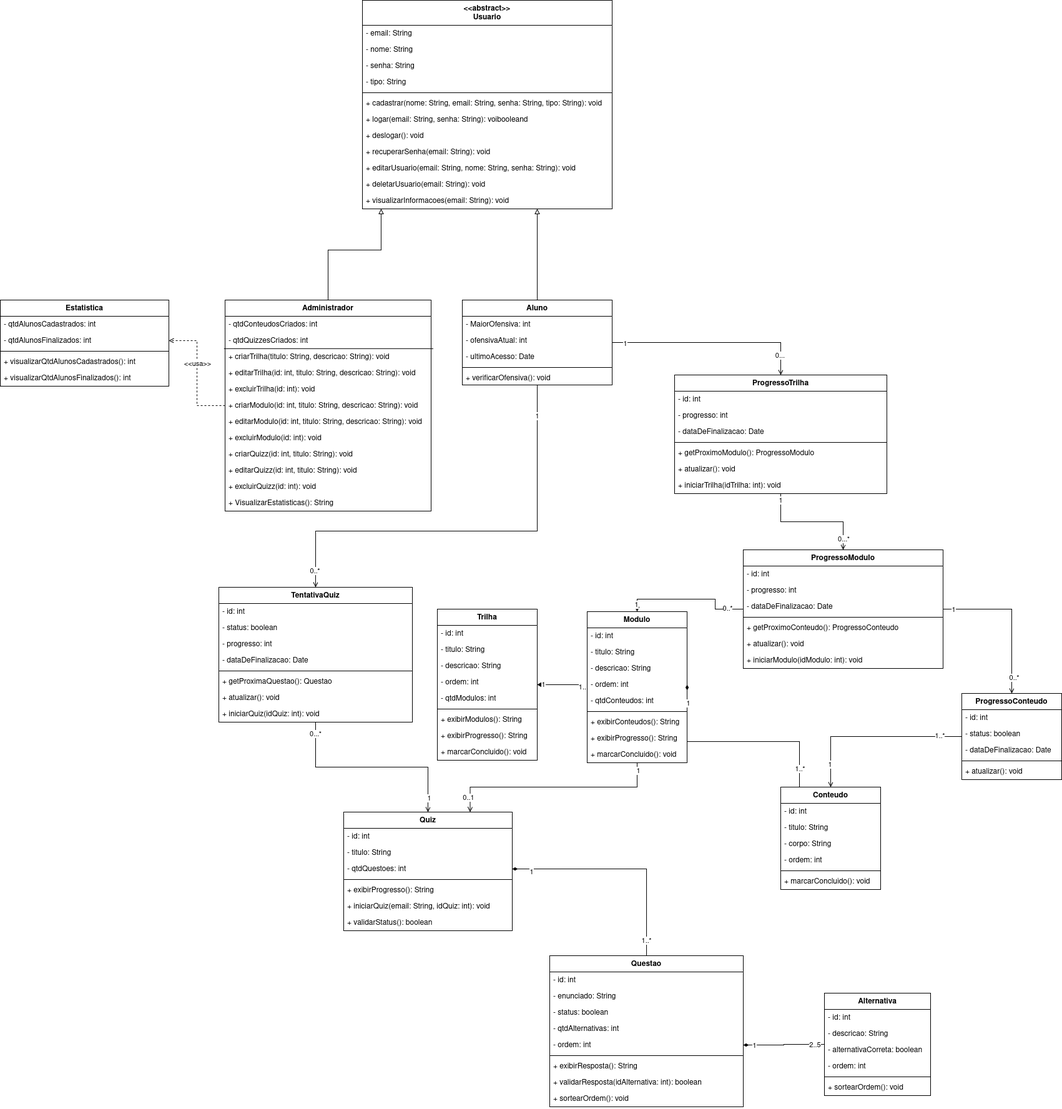
Earlier version of the draw.io export docs/images/diagramaDeClasses.png (UnBArqDsw2026-1-Turma01/2026.1-T01-_G2_ConhecendoRequisitos_Entrega_02). Source tidied: cells renumbered, new cells last; positions are measured from the earlier drawing's top-left corner, leaving out a move shared by most shapes.
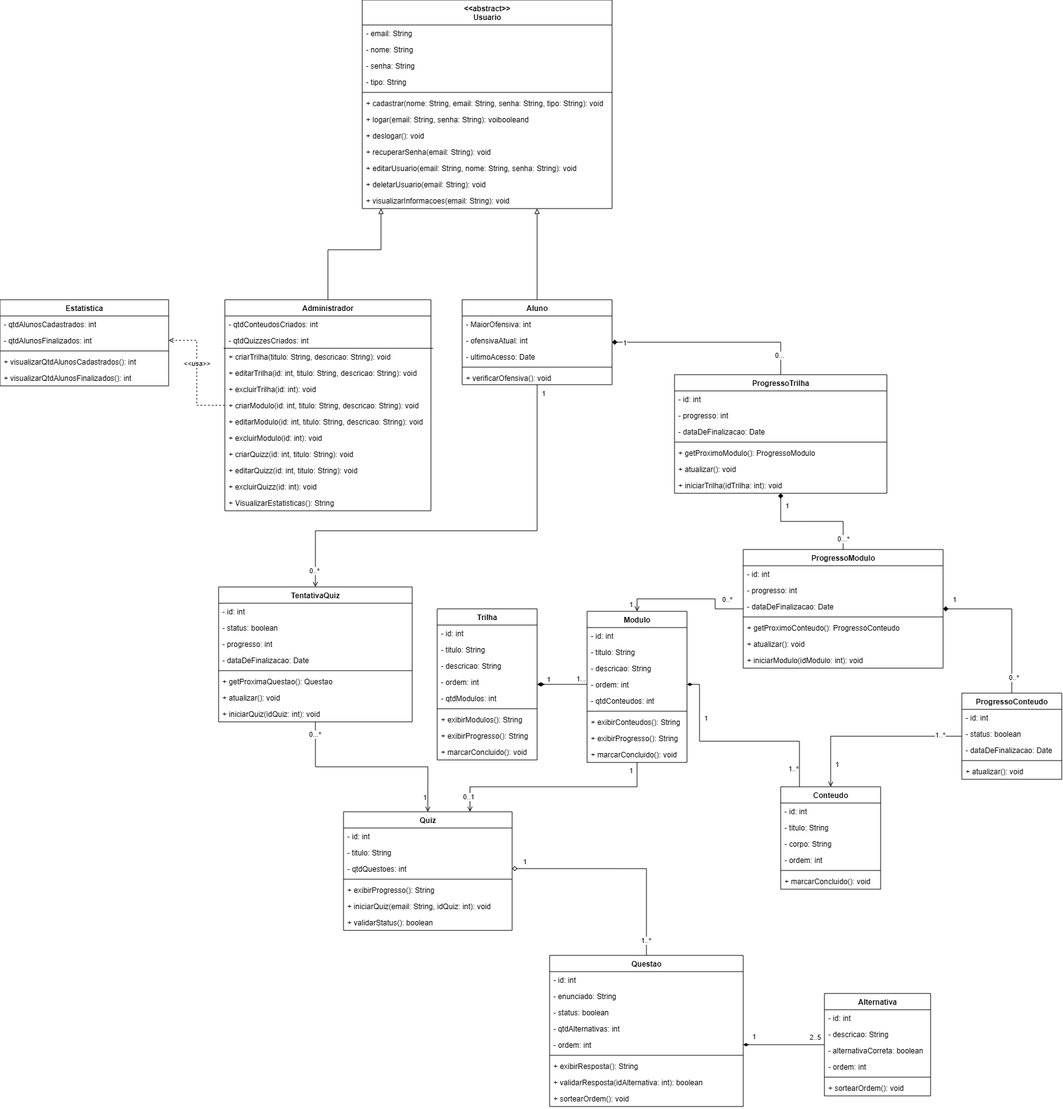
The same file after the commit.

Commit message:
docs: adicao do diagrama de classes corrigido

The edit, as a diff of the source:
```diff
@@ -2,7 +2,7 @@
   <root>
     <mxCell id="0" />
     <mxCell id="1" parent="0" />
-    <mxCell id="2" style="edgeStyle=orthogonalEdgeStyle;rounded=0;jettySize=auto;html=1;entryX=0.5;entryY=0;entryDx=0;entryDy=0;endArrow=open;endFill=0;" parent="1" edge="1" source="8" target="111">
+    <mxCell id="2" style="edgeStyle=orthogonalEdgeStyle;rounded=0;jettySize=auto;html=1;entryX=0.5;entryY=0;entryDx=0;entryDy=0;endArrow=none;endFill=0;startArrow=diamond;startFill=1;" parent="1" edge="1" source="8" target="111">
       <mxGeometry relative="1" as="geometry" />
     </mxCell>
     <mxCell id="3" value="1" style="edgeLabel;html=1;align=center;verticalAlign=middle;" parent="2" vertex="1">
@@ -21,7 +21,7 @@
     </mxCell>
     <mxCell id="6" value="1" style="edgeLabel;html=1;align=center;verticalAlign=middle;" parent="5" vertex="1">
       <mxGeometry x="-0.86" relative="1" as="geometry">
-        <mxPoint x="-1" as="offset" />
+        <mxPoint x="10" y="-35" as="offset" />
       </mxGeometry>
     </mxCell>
     <mxCell id="7" value="0..*" style="edgeLabel;html=1;align=center;verticalAlign=middle;" parent="5" vertex="1">
@@ -154,10 +154,14 @@
       <mxGeometry relative="1" as="geometry" />
     </mxCell>
     <mxCell id="46" value="1" style="edgeLabel;html=1;align=center;verticalAlign=middle;" parent="45" vertex="1">
-      <mxGeometry x="-0.76" y="1" relative="1" as="geometry" />
+      <mxGeometry x="-0.76" y="1" relative="1" as="geometry">
+        <mxPoint x="8" y="-7" as="offset" />
+      </mxGeometry>
     </mxCell>
     <mxCell id="47" value="1..." style="edgeLabel;html=1;align=center;verticalAlign=middle;" parent="45" vertex="1">
-      <mxGeometry x="0.85" y="-3" relative="1" as="geometry" />
+      <mxGeometry x="0.85" y="-3" relative="1" as="geometry">
+        <mxPoint x="-4" y="-12" as="offset" />
+      </mxGeometry>
     </mxCell>
     <mxCell id="48" value="Trilha" style="swimlane;fontStyle=1;align=center;verticalAlign=top;horizontal=1;startSize=26;whiteSpace=wrap;html=1;" parent="1" vertex="1">
       <mxGeometry x="700" y="975" width="160" height="242" as="geometry" />
@@ -213,12 +217,12 @@
     <mxCell id="65" value="+ validarStatus(): boolean" style="text;strokeColor=none;fillColor=none;align=left;verticalAlign=top;spacingLeft=4;spacingRight=4;overflow=hidden;whiteSpace=wrap;html=1;" parent="58" vertex="1">
       <mxGeometry y="164" width="270" height="26" as="geometry" />
     </mxCell>
-    <mxCell id="66" style="edgeStyle=orthogonalEdgeStyle;rounded=0;jettySize=auto;html=1;entryX=1;entryY=0.5;entryDx=0;entryDy=0;endArrow=diamondThin;endFill=1;" parent="1" edge="1" source="69" target="61">
+    <mxCell id="66" style="edgeStyle=orthogonalEdgeStyle;rounded=0;jettySize=auto;html=1;entryX=1;entryY=0.5;entryDx=0;entryDy=0;endArrow=diamond;endFill=0;" parent="1" edge="1" source="69" target="61">
       <mxGeometry relative="1" as="geometry" />
     </mxCell>
     <mxCell id="67" value="1" style="edgeLabel;html=1;align=center;verticalAlign=middle;" parent="66" vertex="1">
       <mxGeometry x="0.83" y="4" relative="1" as="geometry">
-        <mxPoint x="1" as="offset" />
+        <mxPoint x="-10" y="-15" as="offset" />
       </mxGeometry>
     </mxCell>
     <mxCell id="68" value="1..*" style="edgeLabel;html=1;align=center;verticalAlign=middle;" parent="66" vertex="1">
@@ -260,13 +264,17 @@
       <mxGeometry relative="1" as="geometry" />
     </mxCell>
     <mxCell id="80" value="1" style="edgeLabel;html=1;align=center;verticalAlign=middle;" parent="79" vertex="1">
-      <mxGeometry x="0.74" relative="1" as="geometry" />
+      <mxGeometry x="0.74" relative="1" as="geometry">
+        <mxPoint y="-13" as="offset" />
+      </mxGeometry>
     </mxCell>
     <mxCell id="81" value="2..5" style="edgeLabel;html=1;align=center;verticalAlign=middle;" parent="79" vertex="1">
-      <mxGeometry x="-0.76" relative="1" as="geometry" />
+      <mxGeometry x="-0.76" relative="1" as="geometry">
+        <mxPoint y="-12" as="offset" />
+      </mxGeometry>
     </mxCell>
     <mxCell id="82" value="Alternativa" style="swimlane;fontStyle=1;align=center;verticalAlign=top;horizontal=1;startSize=26;whiteSpace=wrap;html=1;" parent="1" vertex="1">
-      <mxGeometry x="1320" y="1590" width="170" height="164" as="geometry" />
+      <mxGeometry x="1320" y="1591" width="170" height="164" as="geometry" />
     </mxCell>
     <mxCell id="83" value="&lt;div&gt;- id: int&lt;/div&gt;" style="text;strokeColor=none;fillColor=none;align=left;verticalAlign=top;spacingLeft=4;spacingRight=4;overflow=hidden;whiteSpace=wrap;html=1;" parent="82" vertex="1">
       <mxGeometry y="26" width="170" height="26" as="geometry" />
@@ -313,7 +321,9 @@
       </mxGeometry>
     </mxCell>
     <mxCell id="96" value="1" style="edgeLabel;html=1;align=center;verticalAlign=middle;" parent="95" vertex="1">
-      <mxGeometry x="-0.93" y="1" relative="1" as="geometry" />
+      <mxGeometry x="-0.93" y="1" relative="1" as="geometry">
+        <mxPoint x="-11" as="offset" />
+      </mxGeometry>
     </mxCell>
     <mxCell id="97" value="0..1" style="edgeLabel;html=1;align=center;verticalAlign=middle;" parent="95" vertex="1">
       <mxGeometry x="0.86" y="-3" relative="1" as="geometry" />
@@ -348,11 +358,13 @@
     <mxCell id="107" value="+ marcarConcluido(): void" style="text;strokeColor=none;fillColor=none;align=left;verticalAlign=top;spacingLeft=4;spacingRight=4;overflow=hidden;whiteSpace=wrap;html=1;" parent="98" vertex="1">
       <mxGeometry y="216" width="160" height="26" as="geometry" />
     </mxCell>
-    <mxCell id="108" style="edgeStyle=orthogonalEdgeStyle;rounded=0;jettySize=auto;html=1;entryX=0.5;entryY=0;entryDx=0;entryDy=0;endArrow=open;endFill=0;" parent="1" edge="1" source="111" target="135">
+    <mxCell id="108" style="edgeStyle=orthogonalEdgeStyle;rounded=0;jettySize=auto;html=1;entryX=0.5;entryY=0;entryDx=0;entryDy=0;endArrow=none;endFill=0;startArrow=diamond;startFill=1;" parent="1" edge="1" source="111" target="135">
       <mxGeometry relative="1" as="geometry" />
     </mxCell>
     <mxCell id="109" value="1" style="edgeLabel;html=1;align=center;verticalAlign=middle;" parent="108" vertex="1">
-      <mxGeometry x="-0.89" y="-1" relative="1" as="geometry" />
+      <mxGeometry x="-0.89" y="-1" relative="1" as="geometry">
+        <mxPoint x="11" y="9" as="offset" />
+      </mxGeometry>
     </mxCell>
     <mxCell id="110" value="0...*" style="edgeLabel;html=1;align=center;verticalAlign=middle;" parent="108" vertex="1">
       <mxGeometry x="0.82" relative="1" as="geometry" />
@@ -385,14 +397,20 @@
       <mxGeometry relative="1" as="geometry">
         <Array as="points">
           <mxPoint x="1280" y="1187" />
+          <mxPoint x="1120" y="1187" />
+          <mxPoint x="1120" y="1096" />
         </Array>
       </mxGeometry>
     </mxCell>
     <mxCell id="120" value="1..*" style="edgeLabel;html=1;align=center;verticalAlign=middle;" parent="119" vertex="1">
-      <mxGeometry x="-0.83" relative="1" as="geometry" />
+      <mxGeometry x="-0.83" relative="1" as="geometry">
+        <mxPoint x="-10" as="offset" />
+      </mxGeometry>
     </mxCell>
     <mxCell id="121" value="1" style="edgeLabel;html=1;align=center;verticalAlign=middle;" parent="119" vertex="1">
-      <mxGeometry x="0.83" y="-1" relative="1" as="geometry" />
+      <mxGeometry x="0.83" y="-1" relative="1" as="geometry">
+        <mxPoint x="9" y="44" as="offset" />
+      </mxGeometry>
     </mxCell>
     <mxCell id="122" value="Conteudo" style="swimlane;fontStyle=1;align=center;verticalAlign=top;horizontal=1;startSize=26;whiteSpace=wrap;html=1;" parent="1" vertex="1">
       <mxGeometry x="1250" y="1260" width="160" height="164" as="geometry" />
@@ -419,16 +437,22 @@
       <mxGeometry relative="1" as="geometry" />
     </mxCell>
     <mxCell id="130" value="0..*" style="edgeLabel;html=1;align=center;verticalAlign=middle;" parent="129" vertex="1">
-      <mxGeometry x="-0.75" y="-2" relative="1" as="geometry" />
+      <mxGeometry x="-0.75" y="-2" relative="1" as="geometry">
+        <mxPoint y="-13" as="offset" />
+      </mxGeometry>
     </mxCell>
     <mxCell id="131" value="1" style="edgeLabel;html=1;align=center;verticalAlign=middle;" parent="129" vertex="1">
-      <mxGeometry x="0.9" y="-2" relative="1" as="geometry" />
+      <mxGeometry x="0.9" y="-2" relative="1" as="geometry">
+        <mxPoint x="-8" as="offset" />
+      </mxGeometry>
     </mxCell>
-    <mxCell id="132" style="edgeStyle=orthogonalEdgeStyle;rounded=0;jettySize=auto;html=1;entryX=0.5;entryY=0;entryDx=0;entryDy=0;endArrow=open;endFill=0;" parent="1" edge="1" source="135" target="146">
+    <mxCell id="132" style="edgeStyle=orthogonalEdgeStyle;rounded=0;jettySize=auto;html=1;entryX=0.5;entryY=0;entryDx=0;entryDy=0;endArrow=none;endFill=0;startArrow=diamond;startFill=1;" parent="1" edge="1" source="135" target="146">
       <mxGeometry relative="1" as="geometry" />
     </mxCell>
     <mxCell id="133" value="1" style="edgeLabel;html=1;align=center;verticalAlign=middle;" parent="132" vertex="1">
-      <mxGeometry x="-0.86" relative="1" as="geometry" />
+      <mxGeometry x="-0.86" relative="1" as="geometry">
+        <mxPoint y="-15" as="offset" />
+      </mxGeometry>
     </mxCell>
     <mxCell id="134" value="0..*" style="edgeLabel;html=1;align=center;verticalAlign=middle;" parent="132" vertex="1">
       <mxGeometry x="0.79" y="3" relative="1" as="geometry" />
@@ -464,7 +488,9 @@
       <mxGeometry x="-0.75" y="-2" relative="1" as="geometry" />
     </mxCell>
     <mxCell id="145" value="1" style="edgeLabel;html=1;align=center;verticalAlign=middle;" parent="143" vertex="1">
-      <mxGeometry x="0.75" y="-2" relative="1" as="geometry" />
+      <mxGeometry x="0.75" y="-2" relative="1" as="geometry">
+        <mxPoint x="12" as="offset" />
+      </mxGeometry>
     </mxCell>
     <mxCell id="146" value="ProgressoConteudo" style="swimlane;fontStyle=1;align=center;verticalAlign=top;horizontal=1;startSize=26;whiteSpace=wrap;html=1;" parent="1" vertex="1">
       <mxGeometry x="1540" y="1110" width="160" height="138" as="geometry" />
@@ -491,7 +517,9 @@
       <mxGeometry x="-0.88" y="-1" relative="1" as="geometry" />
     </mxCell>
     <mxCell id="154" value="1" style="edgeLabel;html=1;align=center;verticalAlign=middle;" parent="152" vertex="1">
-      <mxGeometry x="0.86" y="1" relative="1" as="geometry" />
+      <mxGeometry x="0.86" y="1" relative="1" as="geometry">
+        <mxPoint x="-6" as="offset" />
+      </mxGeometry>
     </mxCell>
     <mxCell id="155" value="TentativaQuiz" style="swimlane;fontStyle=1;align=center;verticalAlign=top;horizontal=1;startSize=26;whiteSpace=wrap;html=1;" parent="1" vertex="1">
       <mxGeometry x="350" y="940" width="310" height="216" as="geometry" />
```
